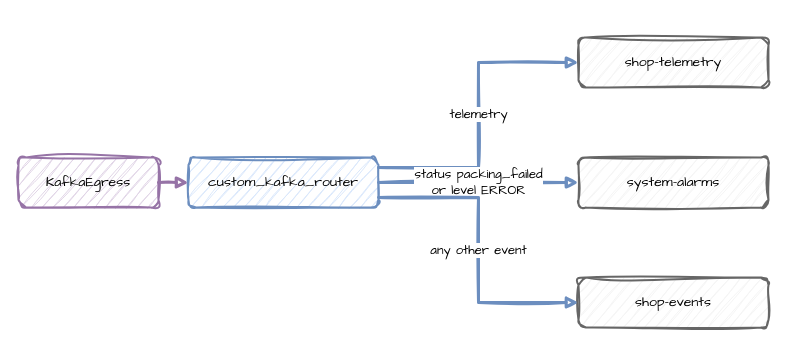
Above: docs/assets/diagrams/record-router.drawio in jaehyeon-kim/desflow (draw.io), before the change. Source tidied: cells renumbered, new cells numbered last; positions are measured from the earlier drawing's top-left corner, leaving out a move shared by most shapes. Both pictures are drawn from the tidied source at 100%, with x=0, y=0 at pixel (18, 37).
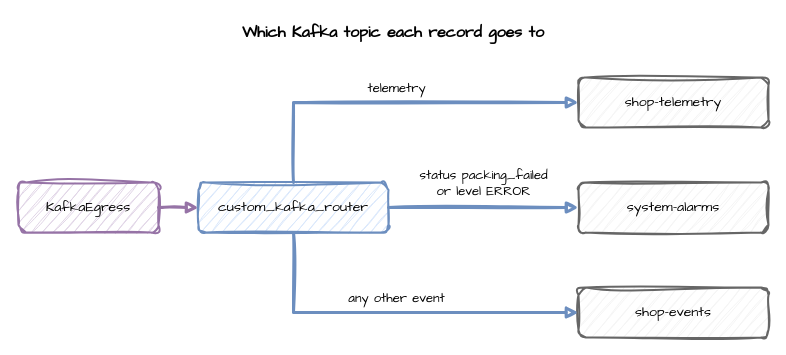
The same page after the edit.

What changed in the source:
```diff
@@
 <mxGraphModel>
   <root>
     <mxCell id="0" />
     <mxCell id="1" parent="0" />
+    <mxCell id="11" value="Which Kafka topic each record goes to" style="text;html=1;align=center;verticalAlign=middle;whiteSpace=wrap;fontFamily=Comic Sans MS;fontSize=16;fontStyle=1;" parent="1" vertex="1">
+      <mxGeometry y="-20" width="750" height="30" as="geometry" />
+    </mxCell>
     <mxCell id="2" value="KafkaEgress" style="rounded=1;whiteSpace=wrap;html=1;sketch=1;curveFitting=1;jiggle=2;fontFamily=Comic Sans MS;fontSize=14;fillColor=#e1d5e7;strokeColor=#9673a6;strokeWidth=2;" parent="1" vertex="1">
-      <mxGeometry y="120" width="140" height="50" as="geometry" />
+      <mxGeometry y="145" width="140" height="50" as="geometry" />
     </mxCell>
     <mxCell id="3" value="custom_kafka_router" style="rounded=1;whiteSpace=wrap;html=1;sketch=1;curveFitting=1;jiggle=2;fontFamily=Comic Sans MS;fontSize=14;fillColor=#dae8fc;strokeColor=#6c8ebf;strokeWidth=2;" parent="1" vertex="1">
-      <mxGeometry x="170" y="120" width="190" height="50" as="geometry" />
+      <mxGeometry x="180" y="145" width="190" height="50" as="geometry" />
     </mxCell>
     <mxCell id="4" value="shop-telemetry" style="rounded=1;whiteSpace=wrap;html=1;sketch=1;curveFitting=1;jiggle=2;fontFamily=Comic Sans MS;fontSize=14;fillColor=#f5f5f5;strokeColor=#666666;strokeWidth=2;" parent="1" vertex="1">
-      <mxGeometry x="560" width="190" height="50" as="geometry" />
+      <mxGeometry x="560" y="40" width="190" height="50" as="geometry" />
     </mxCell>
     <mxCell id="5" value="system-alarms" style="rounded=1;whiteSpace=wrap;html=1;sketch=1;curveFitting=1;jiggle=2;fontFamily=Comic Sans MS;fontSize=14;fillColor=#f5f5f5;strokeColor=#666666;strokeWidth=2;" parent="1" vertex="1">
-      <mxGeometry x="560" y="120" width="190" height="50" as="geometry" />
+      <mxGeometry x="560" y="145" width="190" height="50" as="geometry" />
     </mxCell>
     <mxCell id="6" value="shop-events" style="rounded=1;whiteSpace=wrap;html=1;sketch=1;curveFitting=1;jiggle=2;fontFamily=Comic Sans MS;fontSize=14;fillColor=#f5f5f5;strokeColor=#666666;strokeWidth=2;" parent="1" vertex="1">
-      <mxGeometry x="560" y="240" width="190" height="50" as="geometry" />
+      <mxGeometry x="560" y="250" width="190" height="50" as="geometry" />
     </mxCell>
     <mxCell id="7" style="edgeStyle=orthogonalEdgeStyle;rounded=0;sketch=1;html=1;strokeWidth=3;endArrow=block;strokeColor=#9673a6;fontFamily=Comic Sans MS;fontSize=13;labelBackgroundColor=#ffffff;exitX=1;exitY=0.5;exitDx=0;exitDy=0;entryX=0;entryY=0.5;entryDx=0;entryDy=0;" parent="1" edge="1" source="2" target="3">
       <mxGeometry relative="1" as="geometry" />
     </mxCell>
-    <mxCell id="8" value="telemetry" style="edgeStyle=orthogonalEdgeStyle;rounded=0;sketch=1;html=1;strokeWidth=3;endArrow=block;strokeColor=#6c8ebf;fontFamily=Comic Sans MS;fontSize=13;labelBackgroundColor=#ffffff;exitX=1;exitY=0.2;exitDx=0;exitDy=0;entryX=0;entryY=0.5;entryDx=0;entryDy=0;" parent="1" edge="1" source="3" target="4">
-      <mxGeometry relative="1" as="geometry" />
+    <mxCell id="8" value="telemetry" style="edgeStyle=orthogonalEdgeStyle;rounded=0;sketch=1;html=1;strokeWidth=3;endArrow=block;strokeColor=#6c8ebf;fontFamily=Comic Sans MS;fontSize=13;labelBackgroundColor=#ffffff;exitX=0.5;exitY=0;exitDx=0;exitDy=0;entryX=0;entryY=0.5;entryDx=0;entryDy=0;" parent="1" edge="1" source="3" target="4">
+      <mxGeometry relative="1" as="geometry">
+        <mxPoint y="-14" as="offset" />
+      </mxGeometry>
     </mxCell>
     <mxCell id="9" value="status packing_failed&lt;br&gt;or level ERROR" style="edgeStyle=orthogonalEdgeStyle;rounded=0;sketch=1;html=1;strokeWidth=3;endArrow=block;strokeColor=#6c8ebf;fontFamily=Comic Sans MS;fontSize=13;labelBackgroundColor=#ffffff;exitX=1;exitY=0.5;exitDx=0;exitDy=0;entryX=0;entryY=0.5;entryDx=0;entryDy=0;" parent="1" edge="1" source="3" target="5">
-      <mxGeometry relative="1" as="geometry" />
+      <mxGeometry relative="1" as="geometry">
+        <mxPoint y="-24" as="offset" />
+      </mxGeometry>
     </mxCell>
-    <mxCell id="10" value="any other event" style="edgeStyle=orthogonalEdgeStyle;rounded=0;sketch=1;html=1;strokeWidth=3;endArrow=block;strokeColor=#6c8ebf;fontFamily=Comic Sans MS;fontSize=13;labelBackgroundColor=#ffffff;exitX=1;exitY=0.8;exitDx=0;exitDy=0;entryX=0;entryY=0.5;entryDx=0;entryDy=0;" parent="1" edge="1" source="3" target="6">
-      <mxGeometry relative="1" as="geometry" />
+    <mxCell id="10" value="any other event" style="edgeStyle=orthogonalEdgeStyle;rounded=0;sketch=1;html=1;strokeWidth=3;endArrow=block;strokeColor=#6c8ebf;fontFamily=Comic Sans MS;fontSize=13;labelBackgroundColor=#ffffff;exitX=0.5;exitY=1;exitDx=0;exitDy=0;entryX=0;entryY=0.5;entryDx=0;entryDy=0;" parent="1" edge="1" source="3" target="6">
+      <mxGeometry relative="1" as="geometry">
+        <mxPoint y="-14" as="offset" />
+      </mxGeometry>
     </mxCell>
   </root>
 </mxGraphModel>
```
